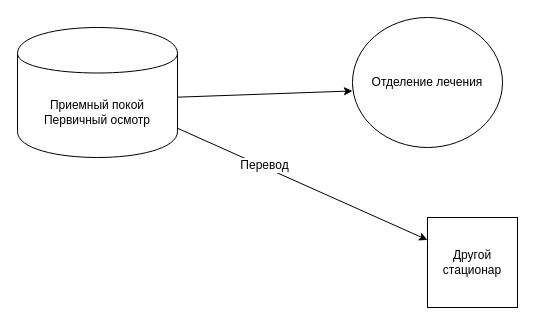
The draw.io diagram Диаграмма без названия.drawio in ShirapGanja/EMD, before the edit. Source tidied: cells renumbered, new cells numbered last; positions are measured from the earlier drawing's top-left corner, leaving out a move shared by most shapes. Both pictures are drawn from the tidied source at 100%, with x=0, y=0 at pixel (17, 17).
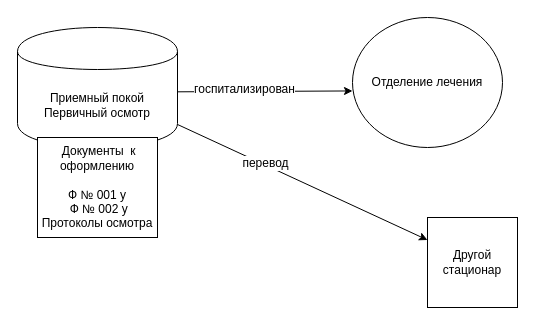
The same page after the edit.

The edit, as a diff of the source:
```diff
@@
 <mxGraphModel>
   <root>
     <mxCell id="0" />
     <mxCell id="1" parent="0" />
     <mxCell id="2" value="Приемный покой&lt;br&gt;Первичный осмотр" style="shape=cylinder;whiteSpace=wrap;html=1;boundedLbl=1;backgroundOutline=1;" parent="1" vertex="1">
-      <mxGeometry y="10" width="160" height="130" as="geometry" />
+      <mxGeometry y="10" width="160" height="120" as="geometry" />
     </mxCell>
     <mxCell id="3" value="Отделение лечения" style="ellipse;whiteSpace=wrap;html=1;" parent="1" vertex="1">
       <mxGeometry x="335" width="150" height="130" as="geometry" />
     </mxCell>
     <mxCell id="4" style="endArrow=classic;html=1;entryX=0;entryY=0.565;entryDx=0;entryDy=0;entryPerimeter=0;exitX=1;exitY=0.536;exitDx=0;exitDy=0;exitPerimeter=0;" parent="1" edge="1" source="2" target="3">
       <mxGeometry relative="1" as="geometry" />
     </mxCell>
+    <mxCell id="8" value="госпитализирован" style="text;html=1;align=center;verticalAlign=middle;labelBackgroundColor=#ffffff;" parent="4" vertex="1">
+      <mxGeometry x="-0.24" y="2" relative="1" as="geometry" />
+    </mxCell>
     <mxCell id="5" value="Другой стационар" style="whiteSpace=wrap;html=1;" parent="1" vertex="1">
       <mxGeometry x="410" y="200" width="90" height="90" as="geometry" />
     </mxCell>
     <mxCell id="6" style="endArrow=classic;html=1;entryX=0;entryY=0.25;entryDx=0;entryDy=0;" parent="1" edge="1" source="2" target="5">
       <mxGeometry relative="1" as="geometry" />
     </mxCell>
-    <mxCell id="7" value="Перевод" style="text;html=1;align=center;verticalAlign=middle;labelBackgroundColor=#ffffff;" parent="6" vertex="1">
+    <mxCell id="7" value="перевод" style="text;html=1;align=center;verticalAlign=middle;labelBackgroundColor=#ffffff;" parent="6" vertex="1">
       <mxGeometry x="-0.31" y="2" relative="1" as="geometry" />
     </mxCell>
+    <mxCell id="9" value="&amp;nbsp;Документы&amp;nbsp; к оформлению&lt;br&gt;&lt;br&gt;Ф № 001 у&lt;br&gt;&amp;nbsp;Ф № 002 у&lt;br&gt;Протоколы осмотра" style="rounded=0;whiteSpace=wrap;html=1;" parent="1" vertex="1">
+      <mxGeometry x="20" y="120" width="120" height="100" as="geometry" />
+    </mxCell>
   </root>
 </mxGraphModel>
```
